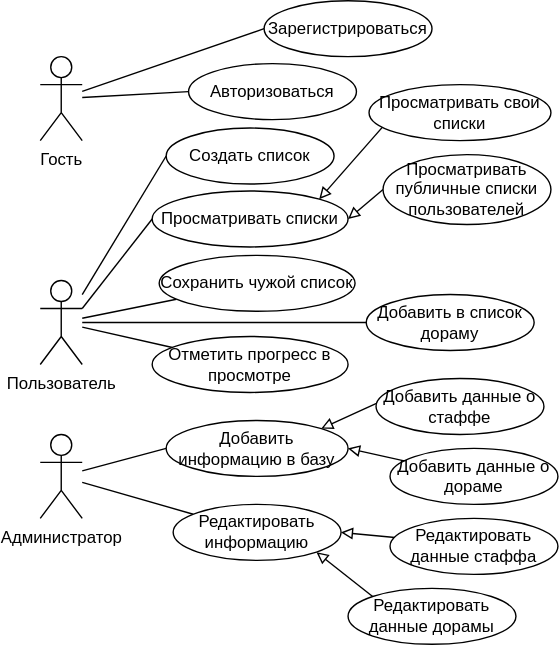
AskaryanKarine/DoramaSet keeps this draw.io diagram as docs/img/use-case.svg. Above is the earlier version. Source tidied: cells renumbered, new cells last; positions are measured from the earlier drawing's top-left corner, leaving out a move shared by most shapes.
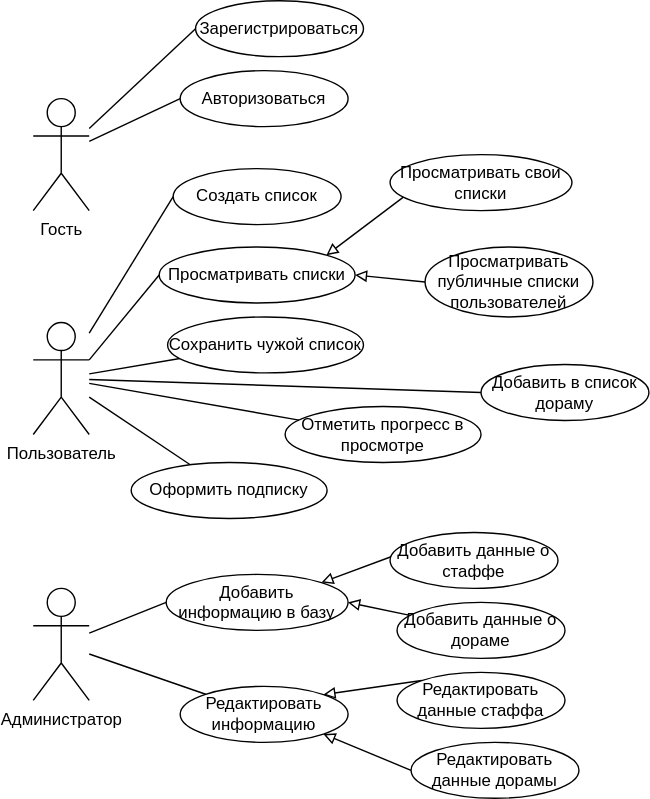
The same file after the commit.

Commit message:
fix use-case and finish er

The edit, as a diff of the source:
```diff
@@ -9,18 +9,16 @@
       <mxGeometry relative="1" as="geometry" />
     </mxCell>
     <mxCell id="4" value="Гость" style="shape=umlActor;verticalLabelPosition=bottom;verticalAlign=top;html=1;outlineConnect=0;" parent="1" vertex="1">
-      <mxGeometry y="40" width="30" height="60" as="geometry" />
+      <mxGeometry x="-10" y="20" width="40" height="80" as="geometry" />
     </mxCell>
     <mxCell id="5" value="Зарегистрироваться" style="ellipse;whiteSpace=wrap;html=1;" parent="1" vertex="1">
-      <mxGeometry x="160" width="120" height="40" as="geometry" />
+      <mxGeometry x="106" y="-50" width="120" height="40" as="geometry" />
     </mxCell>
     <mxCell id="6" value="Авторизоваться" style="ellipse;whiteSpace=wrap;html=1;" parent="1" vertex="1">
-      <mxGeometry x="106" y="45" width="120" height="40" as="geometry" />
+      <mxGeometry x="95" width="120" height="40" as="geometry" />
     </mxCell>
-    <mxCell id="7" style="rounded=0;jettySize=auto;html=1;entryX=0;entryY=0.5;entryDx=0;entryDy=0;endArrow=none;endFill=0;" parent="1" edge="1" target="13">
-      <mxGeometry relative="1" as="geometry">
-        <mxPoint x="30" y="210" as="sourcePoint" />
-      </mxGeometry>
+    <mxCell id="7" style="rounded=0;jettySize=auto;html=1;entryX=0;entryY=0.5;entryDx=0;entryDy=0;endArrow=none;endFill=0;" parent="1" edge="1" source="10" target="13">
+      <mxGeometry relative="1" as="geometry" />
     </mxCell>
     <mxCell id="8" style="edgeStyle=none;rounded=0;jettySize=auto;html=1;entryX=0;entryY=0.5;entryDx=0;entryDy=0;endArrow=none;endFill=0;exitX=1;exitY=0.3333333333333333;exitDx=0;exitDy=0;exitPerimeter=0;" parent="1" edge="1" source="10" target="15">
       <mxGeometry relative="1" as="geometry" />
@@ -29,79 +27,85 @@
       <mxGeometry relative="1" as="geometry" />
     </mxCell>
     <mxCell id="10" value="Пользователь" style="shape=umlActor;verticalLabelPosition=bottom;verticalAlign=top;html=1;outlineConnect=0;" parent="1" vertex="1">
-      <mxGeometry y="200" width="30" height="60" as="geometry" />
+      <mxGeometry x="-10" y="180" width="40" height="80" as="geometry" />
     </mxCell>
     <mxCell id="11" style="edgeStyle=none;rounded=0;jettySize=auto;html=1;entryX=0;entryY=0.5;entryDx=0;entryDy=0;endArrow=none;endFill=0;" parent="1" edge="1" source="12" target="14">
       <mxGeometry relative="1" as="geometry" />
     </mxCell>
     <mxCell id="12" value="Администратор" style="shape=umlActor;verticalLabelPosition=bottom;verticalAlign=top;html=1;outlineConnect=0;" parent="1" vertex="1">
-      <mxGeometry y="310" width="30" height="60" as="geometry" />
+      <mxGeometry x="-10" y="370" width="40" height="80" as="geometry" />
     </mxCell>
     <mxCell id="13" value="Создать список" style="ellipse;whiteSpace=wrap;html=1;" parent="1" vertex="1">
-      <mxGeometry x="90" y="91" width="120" height="40" as="geometry" />
+      <mxGeometry x="90" y="70" width="120" height="40" as="geometry" />
     </mxCell>
     <mxCell id="14" value="Добавить информацию в базу" style="ellipse;whiteSpace=wrap;html=1;" parent="1" vertex="1">
-      <mxGeometry x="90" y="300" width="130" height="40" as="geometry" />
+      <mxGeometry x="85" y="360" width="130" height="40" as="geometry" />
     </mxCell>
     <mxCell id="15" value="Просматривать списки" style="ellipse;whiteSpace=wrap;html=1;" parent="1" vertex="1">
-      <mxGeometry x="80" y="136" width="140" height="40" as="geometry" />
+      <mxGeometry x="80" y="126" width="140" height="40" as="geometry" />
     </mxCell>
     <mxCell id="16" style="edgeStyle=none;rounded=0;jettySize=auto;html=1;endArrow=block;endFill=0;exitX=0.075;exitY=0.755;exitDx=0;exitDy=0;exitPerimeter=0;entryX=1;entryY=0;entryDx=0;entryDy=0;" parent="1" edge="1" source="17" target="15">
       <mxGeometry relative="1" as="geometry" />
     </mxCell>
     <mxCell id="17" value="Просматривать свои списки" style="ellipse;whiteSpace=wrap;html=1;" parent="1" vertex="1">
-      <mxGeometry x="235" y="60" width="130" height="40" as="geometry" />
+      <mxGeometry x="245" y="60" width="130" height="40" as="geometry" />
     </mxCell>
     <mxCell id="18" style="edgeStyle=none;rounded=0;jettySize=auto;html=1;exitX=0;exitY=0.5;exitDx=0;exitDy=0;entryX=1;entryY=0.5;entryDx=0;entryDy=0;endArrow=block;endFill=0;" parent="1" edge="1" source="19" target="15">
       <mxGeometry relative="1" as="geometry" />
     </mxCell>
     <mxCell id="19" value="Просматривать публичные списки пользователей" style="ellipse;whiteSpace=wrap;html=1;" parent="1" vertex="1">
-      <mxGeometry x="245" y="110" width="120" height="50" as="geometry" />
+      <mxGeometry x="270" y="126" width="120" height="50" as="geometry" />
     </mxCell>
     <mxCell id="20" style="edgeStyle=none;rounded=0;jettySize=auto;html=1;endArrow=none;endFill=0;" parent="1" edge="1" source="21" target="12">
       <mxGeometry relative="1" as="geometry" />
     </mxCell>
     <mxCell id="21" value="Редактировать информацию" style="ellipse;whiteSpace=wrap;html=1;" parent="1" vertex="1">
-      <mxGeometry x="95" y="360" width="120" height="40" as="geometry" />
+      <mxGeometry x="95" y="440" width="120" height="40" as="geometry" />
     </mxCell>
-    <mxCell id="22" style="edgeStyle=none;rounded=0;jettySize=auto;html=1;endArrow=block;endFill=0;entryX=1;entryY=0.5;entryDx=0;entryDy=0;exitX=0.029;exitY=0.341;exitDx=0;exitDy=0;exitPerimeter=0;" parent="1" edge="1" source="23" target="21">
+    <mxCell id="22" style="edgeStyle=none;rounded=0;jettySize=auto;html=1;endArrow=block;endFill=0;entryX=1;entryY=0;entryDx=0;entryDy=0;exitX=0;exitY=0;exitDx=0;exitDy=0;" parent="1" edge="1" source="23" target="21">
       <mxGeometry relative="1" as="geometry" />
     </mxCell>
     <mxCell id="23" value="Редактировать данные стаффа" style="ellipse;whiteSpace=wrap;html=1;" parent="1" vertex="1">
-      <mxGeometry x="250" y="370" width="120" height="40" as="geometry" />
+      <mxGeometry x="250" y="430" width="120" height="40" as="geometry" />
     </mxCell>
-    <mxCell id="24" style="edgeStyle=none;rounded=0;jettySize=auto;html=1;endArrow=block;endFill=0;entryX=1;entryY=1;entryDx=0;entryDy=0;exitX=0;exitY=0;exitDx=0;exitDy=0;" parent="1" edge="1" source="25" target="21">
+    <mxCell id="24" style="edgeStyle=none;rounded=0;jettySize=auto;html=1;endArrow=block;endFill=0;entryX=1;entryY=1;entryDx=0;entryDy=0;exitX=0;exitY=0.5;exitDx=0;exitDy=0;" parent="1" edge="1" source="25" target="21">
       <mxGeometry relative="1" as="geometry" />
     </mxCell>
     <mxCell id="25" value="Редактировать данные дорамы" style="ellipse;whiteSpace=wrap;html=1;" parent="1" vertex="1">
-      <mxGeometry x="220" y="420" width="120" height="40" as="geometry" />
+      <mxGeometry x="260" y="480" width="120" height="40" as="geometry" />
     </mxCell>
     <mxCell id="26" style="edgeStyle=none;rounded=0;jettySize=auto;html=1;entryX=1;entryY=0;entryDx=0;entryDy=0;endArrow=block;endFill=0;exitX=0.022;exitY=0.417;exitDx=0;exitDy=0;exitPerimeter=0;" parent="1" edge="1" source="27" target="14">
       <mxGeometry relative="1" as="geometry" />
     </mxCell>
     <mxCell id="27" value="Добавить данные о стаффе" style="ellipse;whiteSpace=wrap;html=1;" parent="1" vertex="1">
-      <mxGeometry x="240" y="270" width="120" height="40" as="geometry" />
+      <mxGeometry x="245" y="330" width="120" height="40" as="geometry" />
     </mxCell>
     <mxCell id="28" style="edgeStyle=none;rounded=0;jettySize=auto;html=1;entryX=1;entryY=0.5;entryDx=0;entryDy=0;endArrow=block;endFill=0;" parent="1" edge="1" source="29" target="14">
       <mxGeometry relative="1" as="geometry" />
     </mxCell>
     <mxCell id="29" value="Добавить данные о дораме" style="ellipse;whiteSpace=wrap;html=1;" parent="1" vertex="1">
-      <mxGeometry x="250" y="320" width="120" height="40" as="geometry" />
+      <mxGeometry x="250" y="380" width="120" height="40" as="geometry" />
     </mxCell>
     <mxCell id="30" style="edgeStyle=none;rounded=0;jettySize=auto;html=1;endArrow=none;endFill=0;" parent="1" edge="1" source="31" target="10">
       <mxGeometry relative="1" as="geometry" />
     </mxCell>
     <mxCell id="31" value="Сохранить чужой список" style="ellipse;whiteSpace=wrap;html=1;" parent="1" vertex="1">
-      <mxGeometry x="85" y="182" width="140" height="40" as="geometry" />
+      <mxGeometry x="86" y="176" width="140" height="40" as="geometry" />
     </mxCell>
     <mxCell id="32" value="Добавить в список дораму" style="ellipse;whiteSpace=wrap;html=1;" parent="1" vertex="1">
-      <mxGeometry x="233" y="210" width="120" height="40" as="geometry" />
+      <mxGeometry x="310" y="210" width="120" height="40" as="geometry" />
     </mxCell>
     <mxCell id="33" style="edgeStyle=none;rounded=0;jettySize=auto;html=1;endArrow=none;endFill=0;" parent="1" edge="1" source="34" target="10">
       <mxGeometry relative="1" as="geometry" />
     </mxCell>
     <mxCell id="34" value="Отметить прогресс в просмотре" style="ellipse;whiteSpace=wrap;html=1;" parent="1" vertex="1">
-      <mxGeometry x="80" y="240" width="140" height="40" as="geometry" />
+      <mxGeometry x="170" y="240" width="140" height="40" as="geometry" />
     </mxCell>
+    <mxCell id="35" style="rounded=0;jettySize=auto;html=1;endArrow=none;endFill=0;" parent="1" edge="1" source="36" target="10">
+      <mxGeometry relative="1" as="geometry" />
+    </mxCell>
+    <mxCell id="36" value="Оформить подписку" style="ellipse;whiteSpace=wrap;html=1;" parent="1" vertex="1">
+      <mxGeometry x="60" y="280" width="140" height="40" as="geometry" />
+    </mxCell>
   </root>
 </mxGraphModel>
```
